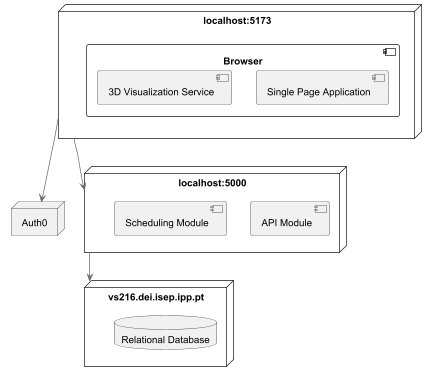
Above: docs/PNG/physical.png in adampawelka/PortManagement (PlantUML), before the change.
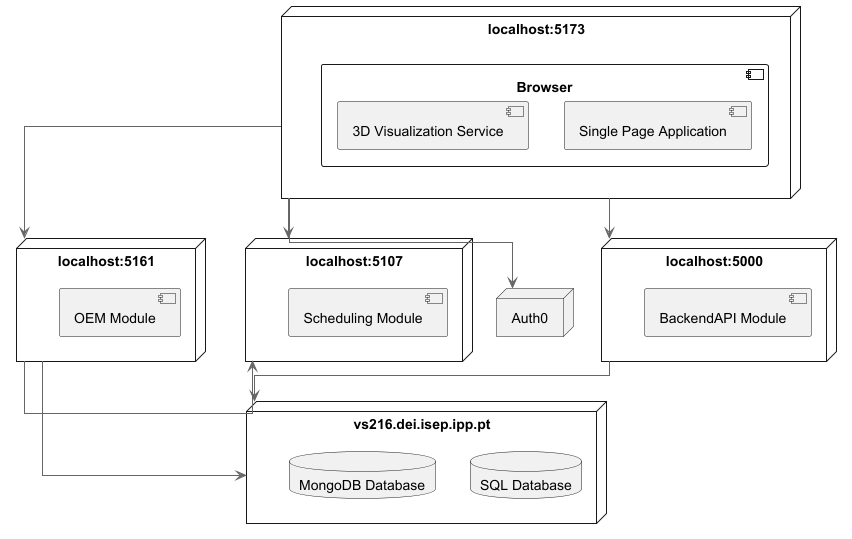
After the commit.

Diff of the diagram source:
```diff
@@ -1,4 +1,5 @@
 @startuml
+skinparam linetype ortho
 !define NODE node
 !define COMPONENT component
 !define DATABASE database
@@ -14,19 +15,30 @@
 }
 
 NODE "localhost:5000" {
-        COMPONENT "API Module"
+        COMPONENT "BackendAPI Module"
+}
+
+NODE "localhost:5161" {
+        COMPONENT "OEM Module"
+}
+NODE "localhost:5107" {
         COMPONENT "Scheduling Module"
 }
 
 NODE "vs216.dei.isep.ipp.pt" {
-        DATABASE "Relational Database"
+        DATABASE "SQL Database"
+        DATABASE "MongoDB Database"
 }
 
 NODE "Auth0" {
 }
 
 "localhost:5173" --> "localhost:5000"
+"localhost:5173" --> "localhost:5161"
+"localhost:5173" --> "localhost:5107"
+"localhost:5161" -> "localhost:5107"
 "localhost:5173" --> "Auth0"
 "localhost:5000" -down-> "vs216.dei.isep.ipp.pt"
+"localhost:5161" -down-> "vs216.dei.isep.ipp.pt"
 
 @enduml
```
